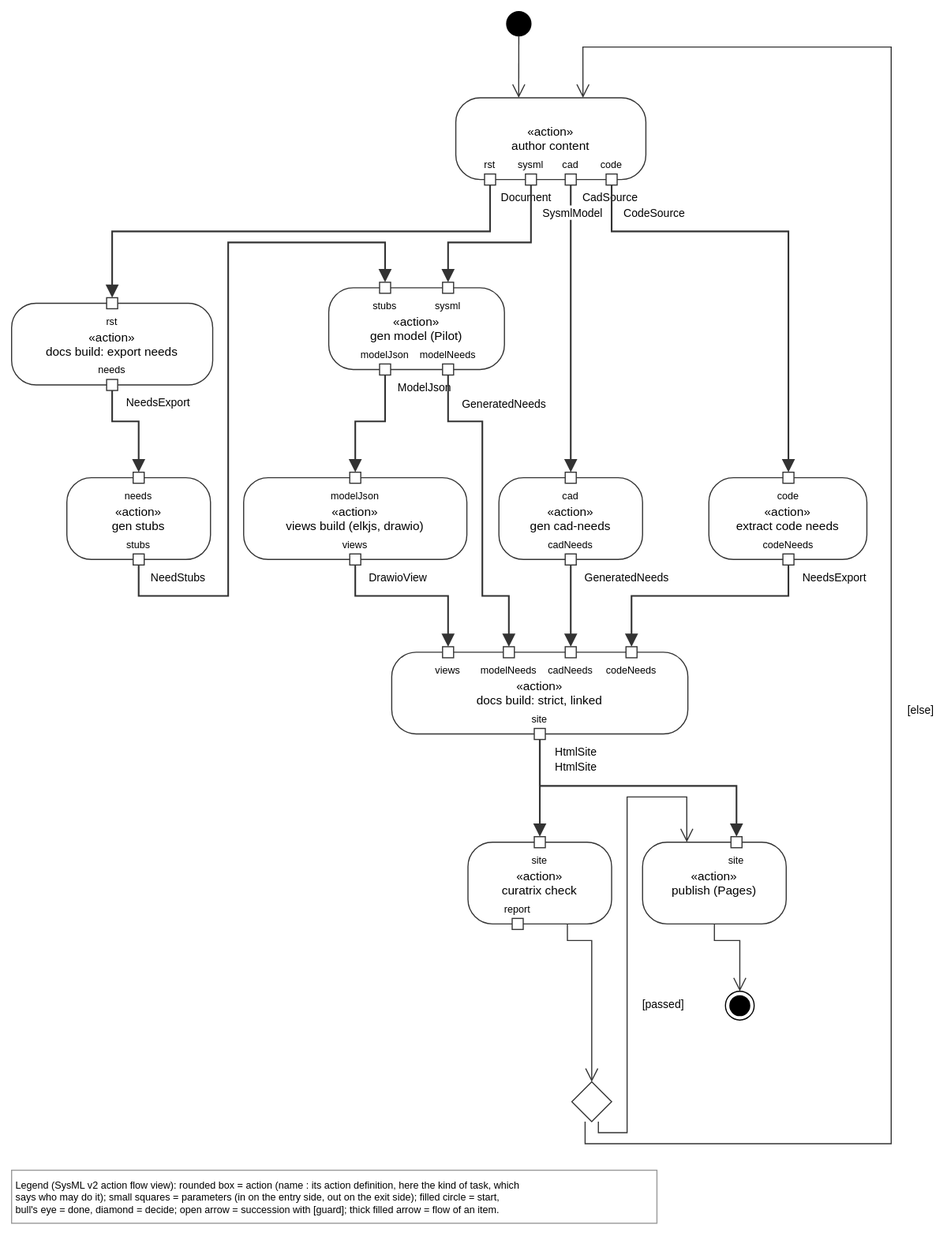
Earlier version of the draw.io export views/buildAndCheck.drawio.svg (tiacsys/xdmod). Source tidied: cells renumbered, new cells last; positions are measured from the earlier drawing's top-left corner, leaving out a move shared by most shapes.
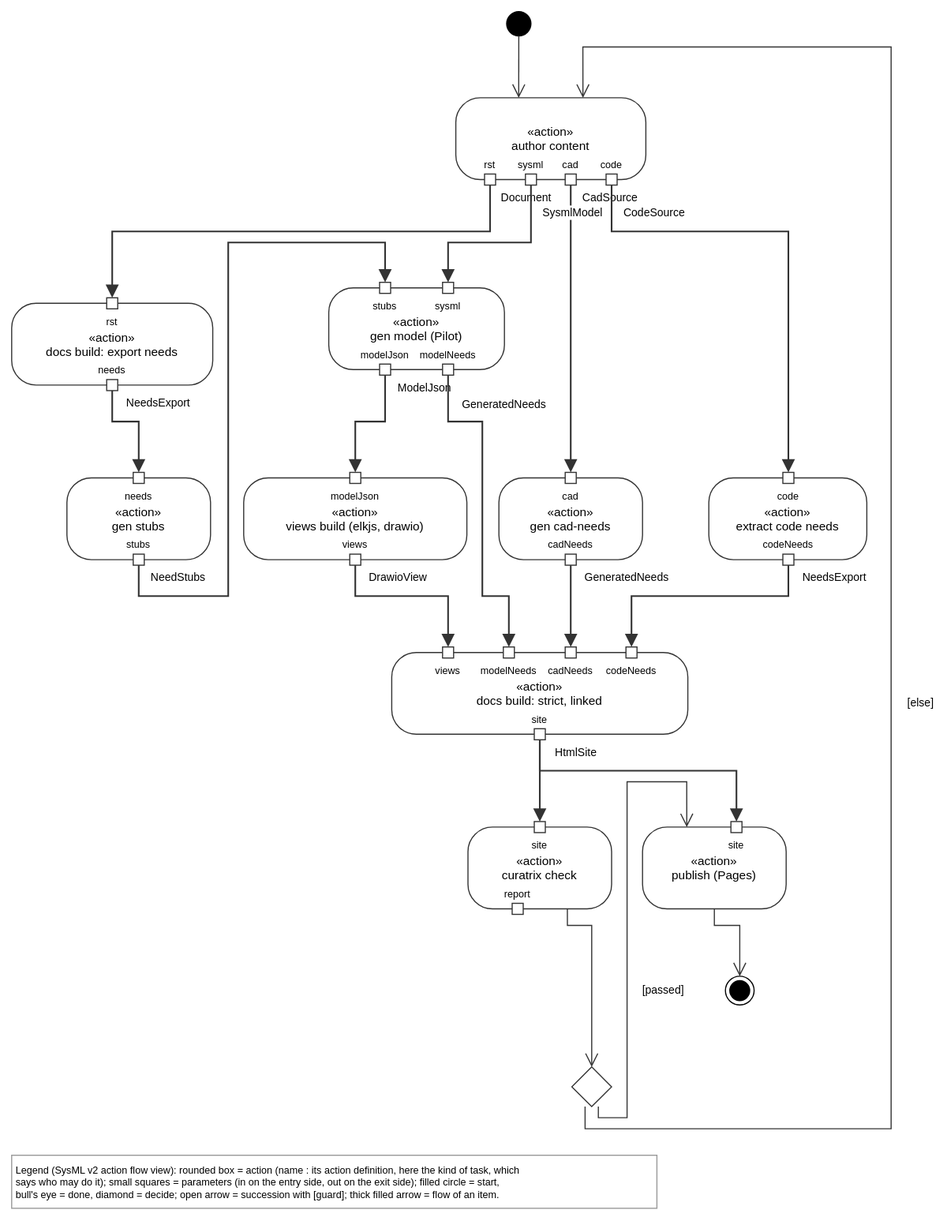
Later version of the same file.

Change to the diagram source:
```diff
@@ -6,7 +6,7 @@
       <mxGeometry x="402" y="78" width="172" height="74" as="geometry" />
     </mxCell>
     <mxCell id="3" value="«action»&#10;curatrix check" style="html=0;fontFamily=Helvetica;fontSize=11;strokeColor=#333333;rounded=1;arcSize=30;fillColor=#FFFFFF;verticalAlign=middle;" parent="1" vertex="1">
-      <mxGeometry x="413" y="752" width="130" height="74" as="geometry" />
+      <mxGeometry x="413" y="738" width="130" height="74" as="geometry" />
     </mxCell>
     <mxCell id="4" value="«action»&#10;docs build: export needs" style="html=0;fontFamily=Helvetica;fontSize=11;strokeColor=#333333;rounded=1;arcSize=30;fillColor=#FFFFFF;verticalAlign=middle;" parent="1" vertex="1">
       <mxGeometry y="264" width="182" height="74" as="geometry" />
@@ -27,22 +27,22 @@
       <mxGeometry x="50" y="422" width="130" height="74" as="geometry" />
     </mxCell>
     <mxCell id="10" value="«action»&#10;publish (Pages)" style="html=0;fontFamily=Helvetica;fontSize=11;strokeColor=#333333;rounded=1;arcSize=30;fillColor=#FFFFFF;verticalAlign=middle;" parent="1" vertex="1">
-      <mxGeometry x="571" y="752" width="130" height="74" as="geometry" />
+      <mxGeometry x="571" y="738" width="130" height="74" as="geometry" />
     </mxCell>
     <mxCell id="11" value="«action»&#10;views build (elkjs, drawio)" style="html=0;fontFamily=Helvetica;fontSize=11;strokeColor=#333333;rounded=1;arcSize=30;fillColor=#FFFFFF;verticalAlign=middle;" parent="1" vertex="1">
       <mxGeometry x="210" y="422" width="202" height="74" as="geometry" />
     </mxCell>
     <mxCell id="12" style="ellipse;shape=endState;html=0;fillColor=#000000;strokeColor=#000000;noLabel=1;" parent="1" vertex="1">
-      <mxGeometry x="646" y="887" width="26" height="26" as="geometry" />
+      <mxGeometry x="646" y="873" width="26" height="26" as="geometry" />
     </mxCell>
     <mxCell id="13" style="rhombus;html=0;fillColor=#FFFFFF;strokeColor=#333333;noLabel=1;" parent="1" vertex="1">
-      <mxGeometry x="507" y="969" width="36" height="36" as="geometry" />
+      <mxGeometry x="507" y="955" width="36" height="36" as="geometry" />
     </mxCell>
     <mxCell id="14" style="ellipse;html=0;fillColor=#000000;strokeColor=#000000;noLabel=1;" parent="1" vertex="1">
       <mxGeometry x="448" width="22" height="22" as="geometry" />
     </mxCell>
     <mxCell id="15" value="Legend (SysML v2 action flow view): rounded box = action (name : its action definition, here the kind of task, which&#10;says who may do it); small squares = parameters (in on the entry side, out on the exit side); filled circle = start,&#10;bull's eye = done, diamond = decide; open arrow = succession with [guard]; thick filled arrow = flow of an item." style="text;html=0;align=left;verticalAlign=top;fontFamily=Helvetica;fontSize=9;fillColor=#FFFFFF;strokeColor=#999999;spacing=4;" parent="1" vertex="1">
-      <mxGeometry y="1049" width="584" height="48" as="geometry" />
+      <mxGeometry y="1035" width="584" height="48" as="geometry" />
     </mxCell>
     <mxCell id="16" value="cad" style="html=0;fontFamily=Helvetica;fontSize=11;strokeColor=#333333;rounded=0;fillColor=#FFFFFF;fontSize=9;labelPosition=center;align=center;verticalLabelPosition=top;verticalAlign=bottom;" parent="2" vertex="1">
       <mxGeometry x="99" y="69" width="10" height="10" as="geometry" />
@@ -125,24 +125,24 @@
     <mxCell id="42" style="html=0;rounded=0;endSize=10;startSize=14;fontFamily=Helvetica;fontSize=10;labelBackgroundColor=#FFFFFF;strokeColor=#333333;endArrow=open;exitX=0.692;exitY=1.000;exitDx=0;exitDy=0;exitPerimeter=0;entryX=0.500;entryY=0.000;entryDx=0;entryDy=0;entryPerimeter=0;" parent="1" edge="1" source="3" target="13">
       <mxGeometry relative="1" as="geometry">
         <Array as="points">
-          <mxPoint x="503" y="841" />
-          <mxPoint x="525" y="841" />
+          <mxPoint x="503" y="827" />
+          <mxPoint x="525" y="827" />
         </Array>
       </mxGeometry>
     </mxCell>
     <mxCell id="43" style="html=0;rounded=0;endSize=10;startSize=14;fontFamily=Helvetica;fontSize=10;labelBackgroundColor=#FFFFFF;strokeColor=#333333;endArrow=open;exitX=0.500;exitY=1.000;exitDx=0;exitDy=0;exitPerimeter=0;entryX=0.500;entryY=0.000;entryDx=0;entryDy=0;entryPerimeter=0;" parent="1" edge="1" source="10" target="12">
       <mxGeometry relative="1" as="geometry">
         <Array as="points">
-          <mxPoint x="636" y="841" />
-          <mxPoint x="659" y="841" />
+          <mxPoint x="636" y="827" />
+          <mxPoint x="659" y="827" />
         </Array>
       </mxGeometry>
     </mxCell>
     <mxCell id="44" value="[else]" style="html=0;rounded=0;endSize=10;startSize=14;fontFamily=Helvetica;fontSize=10;labelBackgroundColor=#FFFFFF;strokeColor=#333333;endArrow=open;exitX=0.333;exitY=1.000;exitDx=0;exitDy=0;exitPerimeter=0;entryX=0.669;entryY=0.000;entryDx=0;entryDy=0;entryPerimeter=0;" parent="1" edge="1" source="13" target="2">
       <mxGeometry relative="1" as="geometry">
         <Array as="points">
-          <mxPoint x="519" y="1025" />
-          <mxPoint x="796" y="1025" />
+          <mxPoint x="519" y="1011" />
+          <mxPoint x="796" y="1011" />
           <mxPoint x="796" y="32" />
           <mxPoint x="517" y="32" />
         </Array>
@@ -152,10 +152,10 @@
     <mxCell id="45" value="[passed]" style="html=0;rounded=0;endSize=10;startSize=14;fontFamily=Helvetica;fontSize=10;labelBackgroundColor=#FFFFFF;strokeColor=#333333;endArrow=open;exitX=0.667;exitY=1.000;exitDx=0;exitDy=0;exitPerimeter=0;entryX=0.308;entryY=0.000;entryDx=0;entryDy=0;entryPerimeter=0;" parent="1" edge="1" source="13" target="10">
       <mxGeometry relative="1" as="geometry">
         <Array as="points">
-          <mxPoint x="531" y="1015" />
-          <mxPoint x="557" y="1015" />
-          <mxPoint x="557" y="711" />
-          <mxPoint x="611" y="711" />
+          <mxPoint x="531" y="1001" />
+          <mxPoint x="557" y="1001" />
+          <mxPoint x="557" y="697" />
+          <mxPoint x="611" y="697" />
         </Array>
         <mxPoint x="33" y="66" as="offset" />
       </mxGeometry>
@@ -206,16 +206,15 @@
     </mxCell>
     <mxCell id="52" value="HtmlSite" style="html=0;rounded=0;endSize=10;startSize=14;fontFamily=Helvetica;fontSize=10;labelBackgroundColor=#FFFFFF;strokeColor=#333333;endArrow=block;endFill=1;endSize=8;strokeWidth=1.5;" parent="1" edge="1" source="27" target="21">
       <mxGeometry relative="1" as="geometry">
-        <mxPoint x="33" y="-33" as="offset" />
+        <mxPoint x="33" y="-26" as="offset" />
       </mxGeometry>
     </mxCell>
-    <mxCell id="53" value="HtmlSite" style="html=0;rounded=0;endSize=10;startSize=14;fontFamily=Helvetica;fontSize=10;labelBackgroundColor=#FFFFFF;strokeColor=#333333;endArrow=block;endFill=1;endSize=8;strokeWidth=1.5;" parent="1" edge="1" source="27" target="39">
+    <mxCell id="53" style="html=0;rounded=0;endSize=10;startSize=14;fontFamily=Helvetica;fontSize=10;labelBackgroundColor=#FFFFFF;strokeColor=#333333;endArrow=block;endFill=1;endSize=8;strokeWidth=1.5;" parent="1" edge="1" source="27" target="39">
       <mxGeometry relative="1" as="geometry">
         <Array as="points">
-          <mxPoint x="478" y="701" />
-          <mxPoint x="656" y="701" />
+          <mxPoint x="478" y="687" />
+          <mxPoint x="656" y="687" />
         </Array>
-        <mxPoint x="-58" y="-17" as="offset" />
       </mxGeometry>
     </mxCell>
     <mxCell id="54" value="NeedsExport" style="html=0;rounded=0;endSize=10;startSize=14;fontFamily=Helvetica;fontSize=10;labelBackgroundColor=#FFFFFF;strokeColor=#333333;endArrow=block;endFill=1;endSize=8;strokeWidth=1.5;" parent="1" edge="1" source="30" target="25">
```
